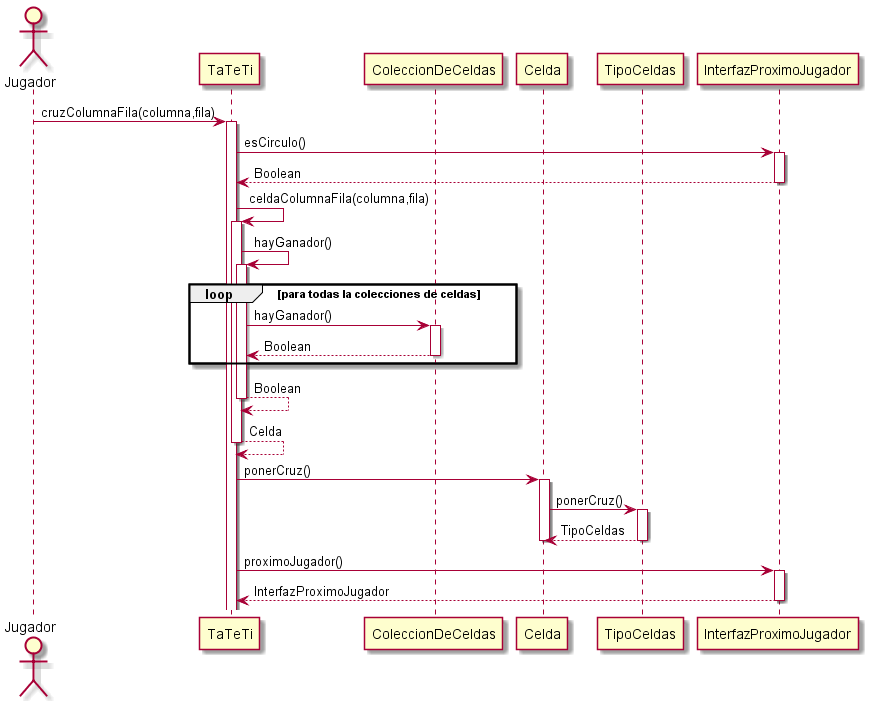
Earlier version of the PlantUML export Parciales/PosibleSolucion-ParcialT2-23,06,2021/DiagramaDeSecuenciaTateti.png (mpata2000/Algo3).
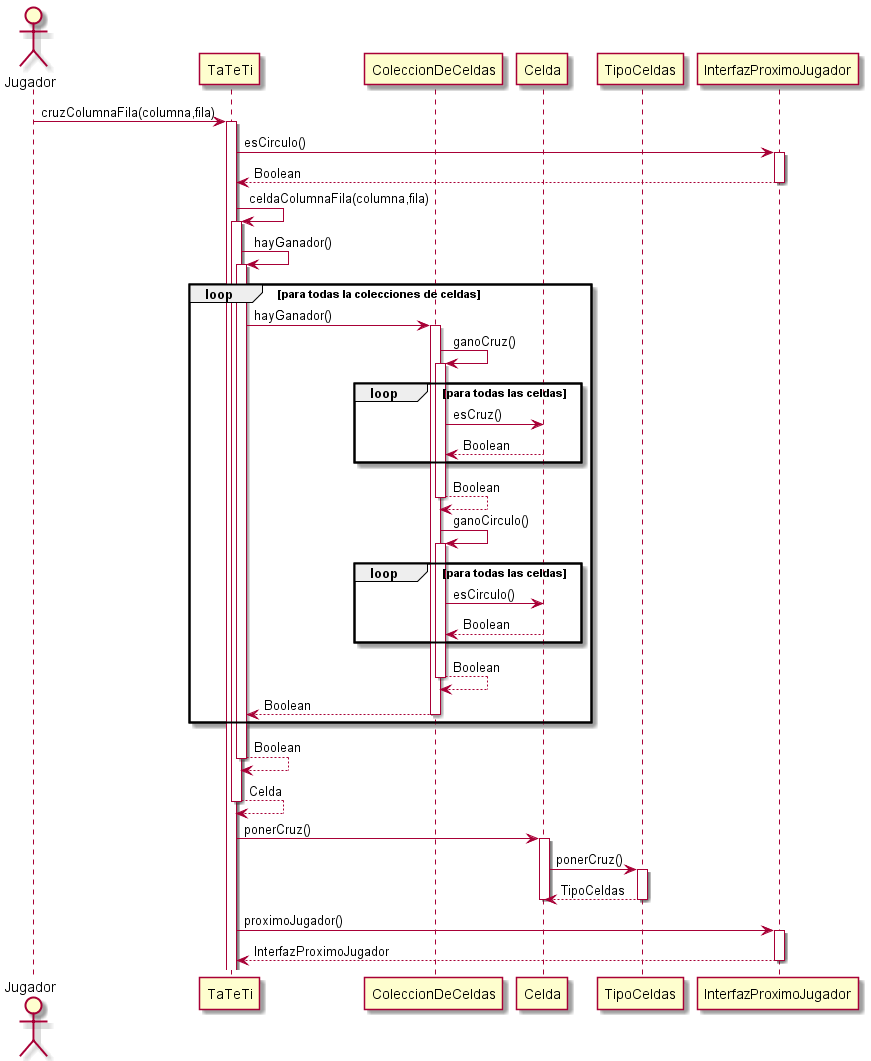
The same file after the commit.

Commit message:
Arregle el diagrama de secuencia

Change to the diagram source:
```diff
@@ -21,6 +21,22 @@
 loop para todas la colecciones de celdas
     TaTeTi -> ColeccionDeCeldas: hayGanador()
     activate ColeccionDeCeldas
+    ColeccionDeCeldas -> ColeccionDeCeldas: ganoCruz()
+    activate ColeccionDeCeldas
+    loop para todas las celdas
+        ColeccionDeCeldas -> Celda: esCruz()
+        Celda --> ColeccionDeCeldas: Boolean
+    end
+    ColeccionDeCeldas --> ColeccionDeCeldas: Boolean
+    deactivate ColeccionDeCeldas
+    ColeccionDeCeldas -> ColeccionDeCeldas: ganoCirculo()
+    activate ColeccionDeCeldas
+    loop para todas las celdas
+        ColeccionDeCeldas -> Celda: esCirculo()
+        Celda --> ColeccionDeCeldas: Boolean
+    end
+    ColeccionDeCeldas --> ColeccionDeCeldas: Boolean
+    deactivate ColeccionDeCeldas
     ColeccionDeCeldas --> TaTeTi: Boolean
     deactivate ColeccionDeCeldas
 end
```
